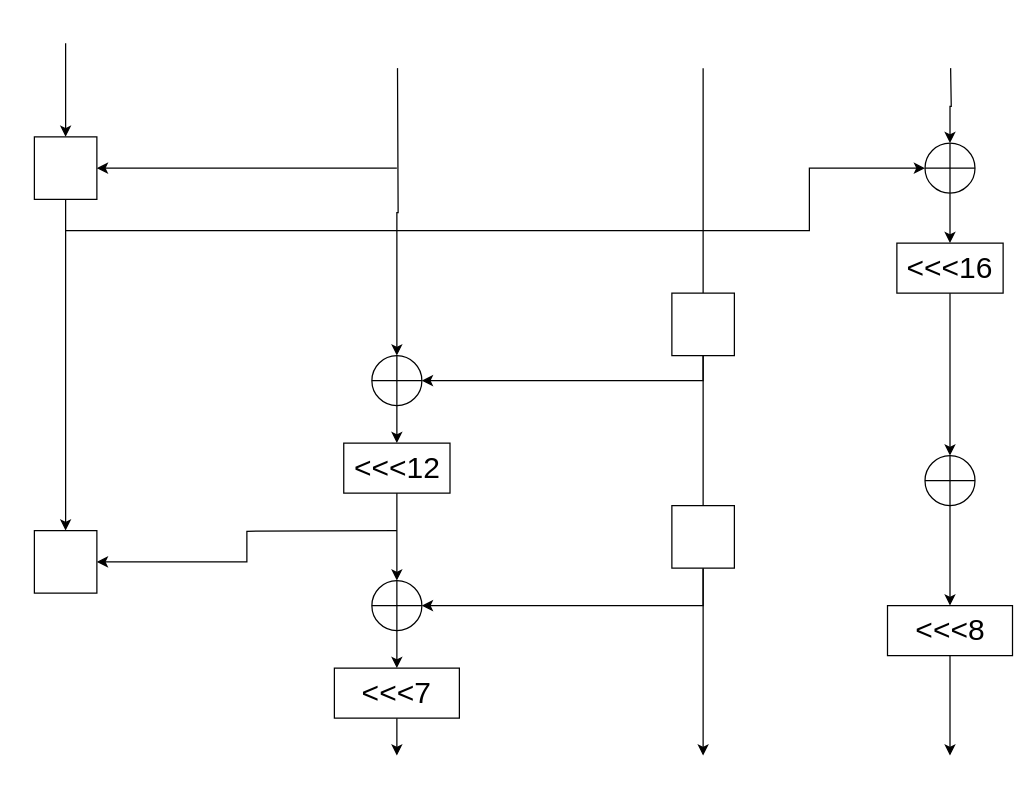
This is Weihnachtsprojekt.drawio from Bambus1208/draw, a draw.io file, before an edit. Source tidied: cells renumbered, new cells numbered last; positions are measured from the earlier drawing's top-left corner, leaving out a move shared by most shapes. Both pictures are drawn from the tidied source at 125%, with x=0, y=0 at pixel (34, 42).
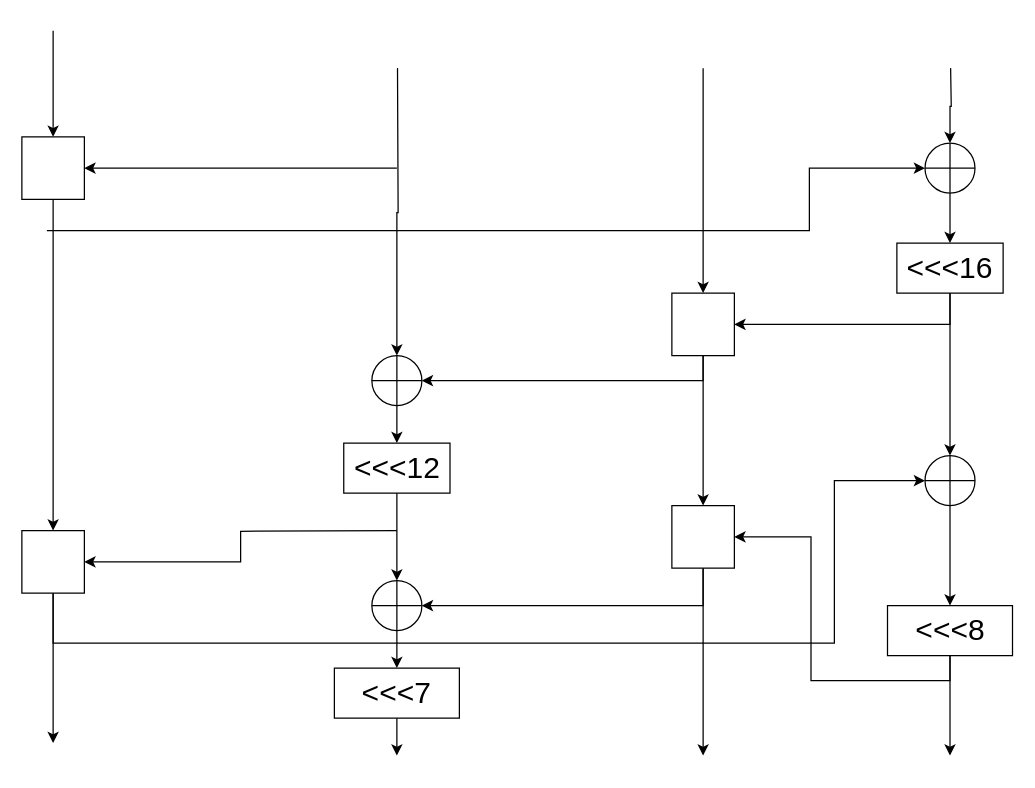
The same diagram, later.

Unchanged cells that the change refers to:
```xml
<mxCell id="10" style="whiteSpace=wrap;html=1;" parent="1" vertex="1">
  <mxGeometry x="510" y="370" width="50" height="50" as="geometry" />
</mxCell>
<mxCell id="12" style="verticalLabelPosition=bottom;verticalAlign=top;html=1;shape=mxgraph.flowchart.summing_function;flipH=0;flipV=1;" parent="1" vertex="1">
  <mxGeometry x="712.5" y="80" width="40" height="40" as="geometry" />
</mxCell>
<mxCell id="15" value="&lt;font style=&quot;font-size: 24px&quot;&gt;&amp;lt;&amp;lt;&amp;lt;8&lt;/font&gt;" style="rounded=0;whiteSpace=wrap;html=1;" parent="1" vertex="1">
  <mxGeometry x="682.5" y="450" width="100" height="40" as="geometry" />
</mxCell>
<mxCell id="16" value="&lt;font style=&quot;font-size: 24px&quot;&gt;&amp;lt;&amp;lt;&amp;lt;16&lt;/font&gt;" style="rounded=0;whiteSpace=wrap;html=1;" parent="1" vertex="1">
  <mxGeometry x="690" y="160" width="85" height="40" as="geometry" />
</mxCell>
<mxCell id="20" style="whiteSpace=wrap;html=1;" parent="1" vertex="1">
  <mxGeometry x="510" y="200" width="50" height="50" as="geometry" />
</mxCell>
<mxCell id="22" style="verticalLabelPosition=bottom;verticalAlign=top;html=1;shape=mxgraph.flowchart.summing_function;flipH=0;flipV=1;" parent="1" vertex="1">
  <mxGeometry x="712.5" y="330" width="40" height="40" as="geometry" />
</mxCell>
```

Change to the diagram source:
```diff
@@
     <mxCell id="2" style="edgeStyle=orthogonalEdgeStyle;rounded=0;sketch=0;jettySize=auto;html=1;fontSize=24;startArrow=none;startFill=0;endArrow=classic;endFill=1;endSize=6;" parent="1" edge="1" target="12">
       <mxGeometry relative="1" as="geometry">
-        <mxPoint x="25" y="150" as="sourcePoint" />
+        <mxPoint x="10" y="150" as="sourcePoint" />
         <Array as="points">
           <mxPoint x="620" y="150" />
           <mxPoint x="620" y="100" />
         </Array>
       </mxGeometry>
     </mxCell>
@@
     <mxCell id="4" style="edgeStyle=orthogonalEdgeStyle;rounded=0;sketch=0;jettySize=auto;html=1;fontSize=24;startArrow=classic;startFill=1;endArrow=none;endFill=0;endSize=6;" parent="1" edge="1" source="6">
       <mxGeometry relative="1" as="geometry">
-        <mxPoint x="25" as="targetPoint" />
+        <mxPoint x="15" y="-10" as="targetPoint" />
       </mxGeometry>
     </mxCell>
@@
     <mxCell id="6" style="whiteSpace=wrap;html=1;" parent="1" vertex="1">
-      <mxGeometry y="75" width="50" height="50" as="geometry" />
+      <mxGeometry x="-10" y="75" width="50" height="50" as="geometry" />
     </mxCell>
+    <mxCell id="34" style="edgeStyle=orthogonalEdgeStyle;rounded=0;sketch=0;orthogonalLoop=1;jettySize=auto;html=1;fontSize=24;startArrow=none;startFill=0;endArrow=classic;endFill=1;endSize=6;" parent="1" edge="1">
+      <mxGeometry relative="1" as="geometry">
+        <mxPoint x="15" y="440" as="sourcePoint" />
+        <mxPoint x="15" y="560" as="targetPoint" />
+      </mxGeometry>
+    </mxCell>
     <mxCell id="7" style="whiteSpace=wrap;html=1;" parent="1" vertex="1">
-      <mxGeometry y="390" width="50" height="50" as="geometry" />
+      <mxGeometry x="-10" y="390" width="50" height="50" as="geometry" />
     </mxCell>
@@
+    <mxCell id="35" style="edgeStyle=orthogonalEdgeStyle;rounded=0;sketch=0;jettySize=auto;html=1;entryX=1;entryY=0.5;entryDx=0;entryDy=0;fontSize=24;startArrow=none;startFill=0;endArrow=classic;endFill=1;endSize=6;exitX=0.5;exitY=1;exitDx=0;exitDy=0;" parent="1" edge="1" source="15" target="10">
+      <mxGeometry relative="1" as="geometry" />
+    </mxCell>
@@
+    <mxCell id="36" style="edgeStyle=orthogonalEdgeStyle;rounded=0;sketch=0;jettySize=auto;html=1;entryX=1;entryY=0.5;entryDx=0;entryDy=0;fontSize=24;startArrow=none;startFill=0;endArrow=classic;endFill=1;endSize=6;exitX=0.5;exitY=1;exitDx=0;exitDy=0;" parent="1" edge="1" source="16" target="20">
+      <mxGeometry relative="1" as="geometry" />
+    </mxCell>
@@
-    <mxCell id="17" style="edgeStyle=orthogonalEdgeStyle;rounded=0;sketch=0;jettySize=auto;html=1;fontSize=24;startArrow=none;startFill=0;endArrow=none;endFill=0;endSize=6;" parent="1" edge="1" source="20">
+    <mxCell id="17" style="edgeStyle=orthogonalEdgeStyle;rounded=0;sketch=0;jettySize=auto;html=1;fontSize=24;startArrow=classic;startFill=1;endArrow=none;endFill=0;endSize=6;" parent="1" edge="1" source="20">
       <mxGeometry relative="1" as="geometry">
         <mxPoint x="535" y="20" as="targetPoint" />
       </mxGeometry>
     </mxCell>
-    <mxCell id="18" style="edgeStyle=orthogonalEdgeStyle;rounded=0;sketch=0;jettySize=auto;html=1;fontSize=24;startArrow=none;startFill=0;endArrow=none;endFill=0;endSize=6;" parent="1" edge="1" source="20" target="10">
+    <mxCell id="18" style="edgeStyle=orthogonalEdgeStyle;rounded=0;sketch=0;jettySize=auto;html=1;fontSize=24;startArrow=none;startFill=0;endArrow=classic;endFill=1;endSize=6;" parent="1" edge="1" source="20" target="10">
       <mxGeometry relative="1" as="geometry" />
     </mxCell>
@@
+    <mxCell id="37" style="edgeStyle=orthogonalEdgeStyle;rounded=0;sketch=0;jettySize=auto;html=1;fontSize=24;startArrow=classic;startFill=1;endArrow=none;endFill=0;endSize=6;entryX=0.5;entryY=1;entryDx=0;entryDy=0;" parent="1" edge="1" source="22" target="7">
+      <mxGeometry relative="1" as="geometry">
+        <Array as="points">
+          <mxPoint x="640" y="350" />
+          <mxPoint x="640" y="480" />
+          <mxPoint x="15" y="480" />
+        </Array>
+      </mxGeometry>
+    </mxCell>
```
